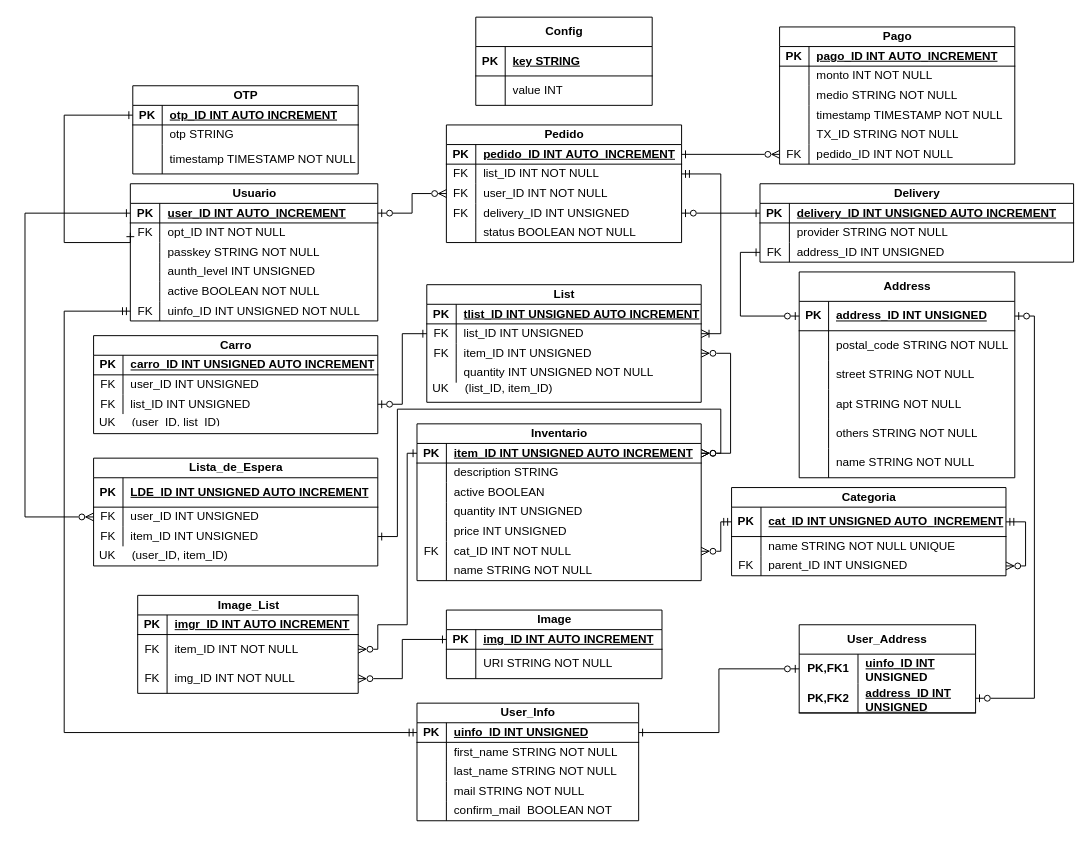
nadie209x33/Marketplace keeps this draw.io diagram as back/src/main/java/com/uade/entity/EsquemaDB.drawio. Above is the earlier version. Source tidied: cells renumbered, new cells numbered last; positions are measured from the earlier drawing's top-left corner, leaving out a move shared by most shapes. Both pictures are drawn from the tidied source at 98%, with x=0, y=0 at pixel (24, 17).
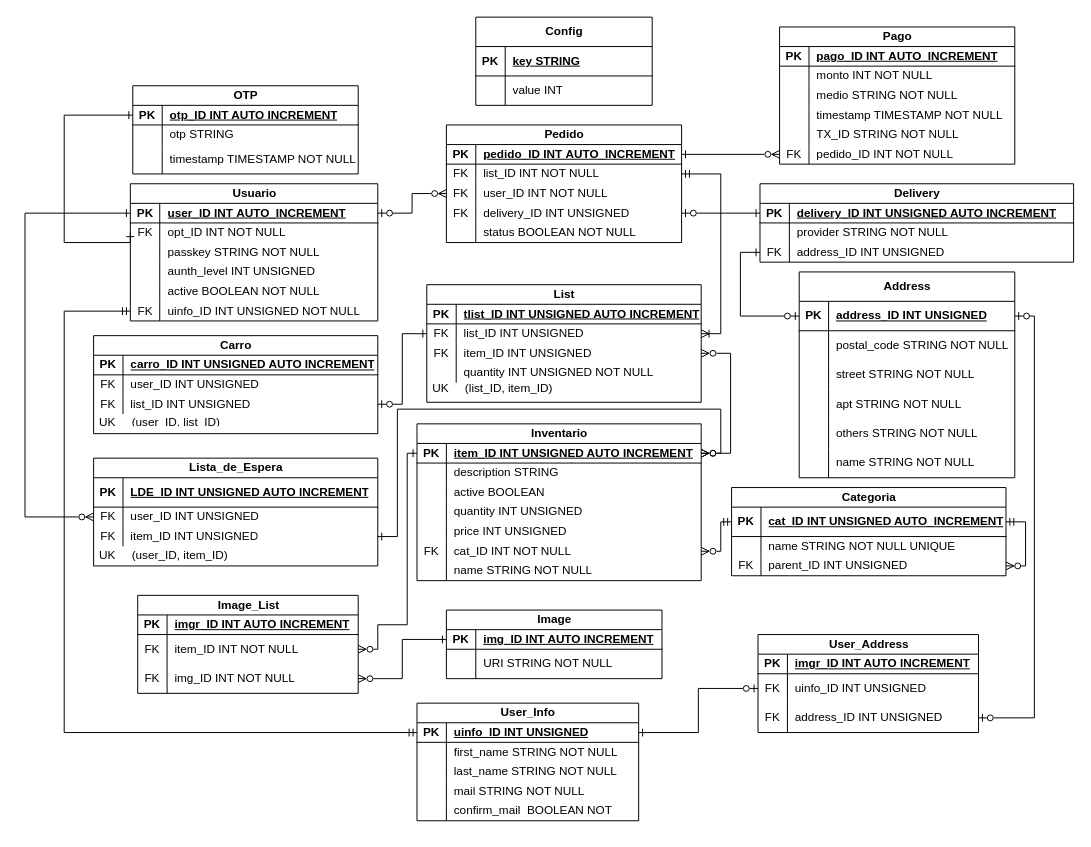
After the change.

Commit message:
Actializacion del esquema de la base de datos

Unchanged cells that the change refers to:
```xml
<mxCell id="101" style="shape=tableRow;horizontal=0;startSize=0;swimlaneHead=0;swimlaneBody=0;fillColor=none;points=[[0,0.5],[1,0.5]];portConstraint=eastwest;top=0;left=0;right=0;bottom=1;" parent="100" vertex="1">
  <mxGeometry y="20" width="226.2" height="20" as="geometry" />
</mxCell>
<mxCell id="117" style="shape=tableRow;horizontal=0;startSize=0;swimlaneHead=0;swimlaneBody=0;fillColor=none;points=[[0,0.5],[1,0.5]];portConstraint=eastwest;top=0;left=0;right=0;bottom=1;" parent="116" vertex="1">
  <mxGeometry y="30" width="220" height="30" as="geometry" />
</mxCell>
```

What changed in the source:
```diff
@@
-    <mxCell id="145" value="User_Address" style="shape=table;startSize=30;childLayout=tableLayout;rowLines=0;fontStyle=1;align=center;html=1;whiteSpace=wrap;" parent="1" vertex="1">
-      <mxGeometry x="790" y="620" width="180" height="90" as="geometry" />
-    </mxCell>
-    <mxCell id="146" style="shape=tableRow;horizontal=0;startSize=0;swimlaneHead=0;swimlaneBody=0;fillColor=none;points=[[0,0.5],[1,0.5]];portConstraint=eastwest;top=0;left=0;right=0;bottom=0;html=1;" parent="145" vertex="1">
-      <mxGeometry y="30" width="180" height="30" as="geometry" />
-    </mxCell>
-    <mxCell id="147" value="PK,FK1" style="shape=partialRectangle;fillColor=none;top=0;left=0;bottom=0;right=0;fontStyle=1;overflow=hidden;html=1;whiteSpace=wrap;" parent="146" vertex="1">
-      <mxGeometry width="60" height="30" as="geometry" />
-    </mxCell>
-    <mxCell id="148" value="uinfo_ID INT UNSIGNED" style="shape=partialRectangle;fillColor=none;top=0;left=0;bottom=0;right=0;align=left;spacingLeft=6;fontStyle=5;overflow=hidden;html=1;whiteSpace=wrap;" parent="146" vertex="1">
-      <mxGeometry x="60" width="120" height="30" as="geometry" />
-    </mxCell>
-    <mxCell id="149" style="shape=tableRow;horizontal=0;startSize=0;swimlaneHead=0;swimlaneBody=0;fillColor=none;points=[[0,0.5],[1,0.5]];portConstraint=eastwest;top=0;left=0;right=0;bottom=1;html=1;" parent="145" vertex="1">
-      <mxGeometry y="60" width="180" height="30" as="geometry" />
-    </mxCell>
-    <mxCell id="150" value="PK,FK2" style="shape=partialRectangle;fillColor=none;top=0;left=0;bottom=0;right=0;fontStyle=1;overflow=hidden;html=1;whiteSpace=wrap;" parent="149" vertex="1">
-      <mxGeometry width="60" height="30" as="geometry" />
-    </mxCell>
-    <mxCell id="151" value="address_ID INT UNSIGNED" style="shape=partialRectangle;fillColor=none;top=0;left=0;bottom=0;right=0;align=left;spacingLeft=6;fontStyle=5;overflow=hidden;html=1;whiteSpace=wrap;" parent="149" vertex="1">
-      <mxGeometry x="60" width="120" height="30" as="geometry" />
-    </mxCell>
@@
-    <mxCell id="153" style="edgeStyle=orthogonalEdgeStyle;rounded=0;jettySize=auto;html=1;exitX=1;exitY=0.5;exitDx=0;exitDy=0;entryX=0;entryY=0.5;entryDx=0;entryDy=0;startArrow=ERone;startFill=0;endArrow=ERzeroToOne;endFill=0;" parent="1" edge="1" source="101" target="146">
+    <mxCell id="153" style="edgeStyle=orthogonalEdgeStyle;rounded=0;jettySize=auto;html=1;exitX=1;exitY=0.5;exitDx=0;exitDy=0;entryX=0;entryY=0.5;entryDx=0;entryDy=0;startArrow=ERone;startFill=0;endArrow=ERzeroToOne;endFill=0;" parent="1" edge="1" source="101" target="230">
       <mxGeometry relative="1" as="geometry" />
     </mxCell>
@@
-    <mxCell id="155" style="edgeStyle=orthogonalEdgeStyle;rounded=0;jettySize=auto;html=1;exitX=1;exitY=0.5;exitDx=0;exitDy=0;entryX=1;entryY=0.5;entryDx=0;entryDy=0;startArrow=ERzeroToOne;startFill=0;endArrow=ERzeroToOne;endFill=0;" parent="1" edge="1" source="149" target="117">
+    <mxCell id="155" style="edgeStyle=orthogonalEdgeStyle;rounded=0;jettySize=auto;html=1;exitX=1;exitY=0.5;exitDx=0;exitDy=0;entryX=1;entryY=0.5;entryDx=0;entryDy=0;startArrow=ERzeroToOne;startFill=0;endArrow=ERzeroToOne;endFill=0;" parent="1" edge="1" source="232" target="117">
       <mxGeometry relative="1" as="geometry" />
     </mxCell>
@@
+    <mxCell id="145" value="&lt;span style=&quot;text-wrap-mode: wrap;&quot;&gt;User_Address&lt;/span&gt;" style="shape=table;startSize=20;childLayout=tableLayout;rowLines=0;fontStyle=1;align=center;html=1;" parent="1" vertex="1">
+      <mxGeometry x="748" y="630" width="225" height="100" as="geometry" />
+    </mxCell>
+    <mxCell id="227" style="shape=tableRow;horizontal=0;startSize=0;swimlaneHead=0;swimlaneBody=0;fillColor=none;top=0;left=0;right=0;bottom=1;" parent="145" vertex="1">
+      <mxGeometry y="20" width="225" height="20" as="geometry" />
+    </mxCell>
+    <mxCell id="228" value="PK" style="shape=partialRectangle;fillColor=none;top=0;left=0;bottom=0;right=0;fontStyle=1;overflow=hidden;whiteSpace=wrap;html=1;" parent="227" vertex="1">
+      <mxGeometry width="30" height="20" as="geometry" />
+    </mxCell>
+    <mxCell id="229" value="imgr_ID INT AUTO INCREMENT" style="shape=partialRectangle;fillColor=none;top=0;left=0;bottom=0;right=0;align=left;spacingLeft=6;fontStyle=5;overflow=hidden;whiteSpace=wrap;html=1;" parent="227" vertex="1">
+      <mxGeometry x="30" width="195" height="20" as="geometry" />
+    </mxCell>
+    <mxCell id="230" style="shape=tableRow;horizontal=0;startSize=0;swimlaneHead=0;swimlaneBody=0;fillColor=none;points=[[0,0.5],[1,0.5]];portConstraint=eastwest;top=0;left=0;right=0;bottom=0;" parent="145" vertex="1">
+      <mxGeometry y="40" width="225" height="30" as="geometry" />
+    </mxCell>
+    <mxCell id="231" value="FK" style="shape=partialRectangle;fillColor=none;top=0;left=0;bottom=0;right=0;overflow=hidden;whiteSpace=wrap;html=1;" parent="230" vertex="1">
+      <mxGeometry width="30" height="30" as="geometry" />
+    </mxCell>
+    <mxCell id="148" value="uinfo_ID INT UNSIGNED" style="shape=partialRectangle;fillColor=none;top=0;left=0;bottom=0;right=0;align=left;spacingLeft=6;overflow=hidden;whiteSpace=wrap;html=1;" parent="230" vertex="1">
+      <mxGeometry x="30" width="195" height="30" as="geometry" />
+    </mxCell>
+    <mxCell id="232" style="shape=tableRow;horizontal=0;startSize=0;swimlaneHead=0;swimlaneBody=0;fillColor=none;points=[[0,0.5],[1,0.5]];portConstraint=eastwest;top=0;left=0;right=0;bottom=0;" parent="145" vertex="1">
+      <mxGeometry y="70" width="225" height="30" as="geometry" />
+    </mxCell>
+    <mxCell id="233" value="FK" style="shape=partialRectangle;fillColor=none;top=0;left=0;bottom=0;right=0;overflow=hidden;whiteSpace=wrap;html=1;" parent="232" vertex="1">
+      <mxGeometry width="30" height="30" as="geometry" />
+    </mxCell>
+    <mxCell id="151" value="address_ID INT UNSIGNED" style="shape=partialRectangle;fillColor=none;top=0;left=0;bottom=0;right=0;align=left;spacingLeft=6;overflow=hidden;whiteSpace=wrap;html=1;" parent="232" vertex="1">
+      <mxGeometry x="30" width="195" height="30" as="geometry" />
+    </mxCell>
```
